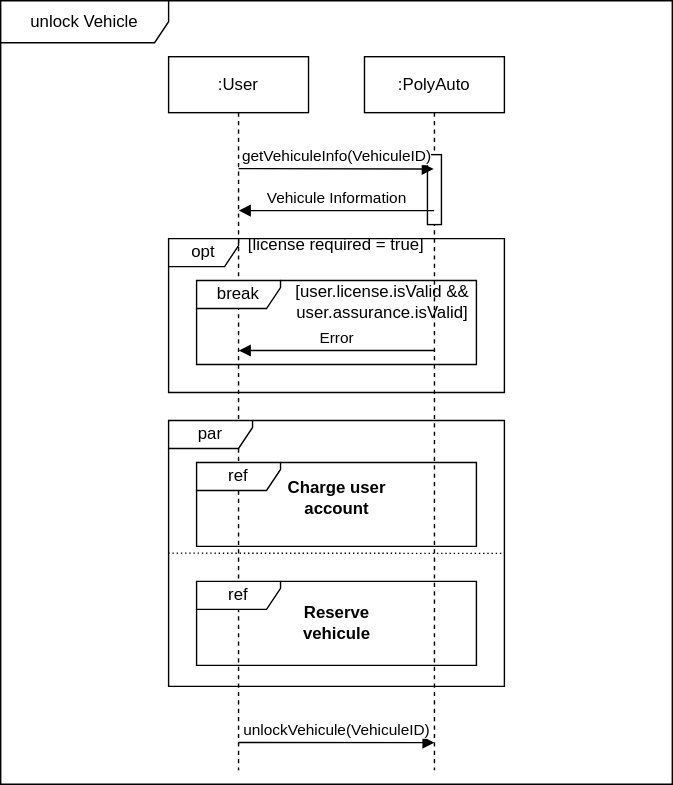
Above: out/plant_uml/custom/interactionGlobalExample.svg in gigl-uml/Guide_uml_polymtl (draw.io), before the change. Source tidied: cells renumbered, new cells last; positions are measured from the earlier drawing's top-left corner, leaving out a move shared by most shapes. The source it was exported from:
```xml
<mxGraphModel>
  <root>
    <mxCell id="0" />
    <mxCell id="1" parent="0" />
    <mxCell id="2" value="unlock Vehicle" style="shape=umlFrame;whiteSpace=wrap;html=1;width=120;height=30;" parent="1" vertex="1">
      <mxGeometry width="480" height="560" as="geometry" />
    </mxCell>
    <mxCell id="3" value=":User" style="shape=umlLifeline;perimeter=lifelinePerimeter;whiteSpace=wrap;html=1;newEdgeStyle={&quot;edgeStyle&quot;:&quot;elbowEdgeStyle&quot;,&quot;elbow&quot;:&quot;vertical&quot;,&quot;curved&quot;:0,&quot;rounded&quot;:0};" parent="1" vertex="1">
      <mxGeometry x="120" y="40" width="100" height="510" as="geometry" />
    </mxCell>
    <mxCell id="4" value=":PolyAuto" style="shape=umlLifeline;perimeter=lifelinePerimeter;whiteSpace=wrap;html=1;outlineConnect=0;portConstraint=eastwest;newEdgeStyle={&quot;edgeStyle&quot;:&quot;elbowEdgeStyle&quot;,&quot;elbow&quot;:&quot;vertical&quot;,&quot;curved&quot;:0,&quot;rounded&quot;:0};" parent="1" vertex="1">
      <mxGeometry x="260" y="40" width="100" height="510" as="geometry" />
    </mxCell>
    <mxCell id="5" style="html=1;perimeter=orthogonalPerimeter;targetShapes=umlLifeline;newEdgeStyle={&quot;edgeStyle&quot;:&quot;elbowEdgeStyle&quot;,&quot;elbow&quot;:&quot;vertical&quot;,&quot;curved&quot;:0,&quot;rounded&quot;:0};" parent="4" vertex="1">
      <mxGeometry x="45" y="70" width="10" height="50" as="geometry" />
    </mxCell>
    <mxCell id="6" value="getVehiculeInfo(VehiculeID)" style="html=1;verticalAlign=bottom;endArrow=block;edgeStyle=elbowEdgeStyle;elbow=vertical;curved=0;rounded=0;" parent="1" edge="1" target="4">
      <mxGeometry x="0.01" relative="1" as="geometry">
        <mxPoint x="170" y="120" as="sourcePoint" />
      </mxGeometry>
    </mxCell>
    <mxCell id="7" value="Vehicule Information" style="html=1;verticalAlign=bottom;endArrow=none;edgeStyle=elbowEdgeStyle;elbow=vertical;curved=0;rounded=0;startArrow=block;startFill=1;endFill=0;" parent="1" edge="1">
      <mxGeometry relative="1" as="geometry">
        <mxPoint x="170.2" y="150" as="sourcePoint" />
        <mxPoint x="309.8" y="150" as="targetPoint" />
        <Array as="points">
          <mxPoint x="240.3" y="150" />
          <mxPoint x="260.3" y="120" />
          <mxPoint x="260.3" y="170" />
          <mxPoint x="260.3" y="180" />
          <mxPoint x="250.3" y="160" />
        </Array>
      </mxGeometry>
    </mxCell>
    <mxCell id="8" value="opt" style="shape=umlFrame;whiteSpace=wrap;html=1;width=50;height=20;" parent="1" vertex="1">
      <mxGeometry x="120" y="170" width="240" height="110" as="geometry" />
    </mxCell>
    <mxCell id="9" value="[license required = true]" style="text;html=1;strokeColor=none;fillColor=none;align=center;verticalAlign=middle;whiteSpace=wrap;rounded=0;" parent="1" vertex="1">
      <mxGeometry x="175" y="170" width="130" height="10" as="geometry" />
    </mxCell>
    <mxCell id="10" value="break" style="shape=umlFrame;whiteSpace=wrap;html=1;width=60;height=20;" parent="1" vertex="1">
      <mxGeometry x="140" y="200" width="200" height="60" as="geometry" />
    </mxCell>
    <mxCell id="11" value="[user.license.isValid &amp;amp;&amp;amp; user.assurance.isValid]" style="text;html=1;strokeColor=none;fillColor=none;align=center;verticalAlign=middle;whiteSpace=wrap;rounded=0;" parent="1" vertex="1">
      <mxGeometry x="186" y="210" width="174" height="10" as="geometry" />
    </mxCell>
    <mxCell id="12" value="Error" style="html=1;verticalAlign=bottom;endArrow=none;edgeStyle=elbowEdgeStyle;elbow=vertical;curved=0;rounded=0;startArrow=block;startFill=1;endFill=0;" parent="1" edge="1">
      <mxGeometry relative="1" as="geometry">
        <mxPoint x="170.2" y="250" as="sourcePoint" />
        <mxPoint x="309.8" y="250" as="targetPoint" />
        <Array as="points">
          <mxPoint x="240.3" y="250" />
          <mxPoint x="260.3" y="220" />
          <mxPoint x="260.3" y="270" />
          <mxPoint x="260.3" y="280" />
          <mxPoint x="250.3" y="260" />
        </Array>
      </mxGeometry>
    </mxCell>
    <mxCell id="13" value="par" style="shape=umlFrame;whiteSpace=wrap;html=1;width=60;height=20;" parent="1" vertex="1">
      <mxGeometry x="120" y="300" width="240" height="190" as="geometry" />
    </mxCell>
    <mxCell id="14" style="endArrow=none;html=1;rounded=0;exitX=-0.001;exitY=0.499;exitDx=0;exitDy=0;exitPerimeter=0;entryX=0.998;entryY=0.5;entryDx=0;entryDy=0;entryPerimeter=0;dashed=1;dashPattern=1 2;" parent="1" edge="1" source="13" target="13">
      <mxGeometry relative="1" as="geometry" />
    </mxCell>
    <mxCell id="15" value="&lt;b&gt;Charge user account&lt;/b&gt;" style="text;html=1;strokeColor=none;fillColor=none;align=center;verticalAlign=middle;whiteSpace=wrap;rounded=0;" parent="1" vertex="1">
      <mxGeometry x="197.5" y="340" width="85" height="30" as="geometry" />
    </mxCell>
    <mxCell id="16" value="&lt;b&gt;Reserve vehicule&lt;/b&gt;" style="text;html=1;strokeColor=none;fillColor=none;align=center;verticalAlign=middle;whiteSpace=wrap;rounded=0;" parent="1" vertex="1">
      <mxGeometry x="197.5" y="430" width="85" height="30" as="geometry" />
    </mxCell>
    <mxCell id="17" value="ref" style="shape=umlFrame;whiteSpace=wrap;html=1;width=60;height=20;" parent="1" vertex="1">
      <mxGeometry x="140" y="330" width="200" height="60" as="geometry" />
    </mxCell>
    <mxCell id="18" value="ref" style="shape=umlFrame;whiteSpace=wrap;html=1;width=60;height=20;" parent="1" vertex="1">
      <mxGeometry x="140" y="415" width="200" height="60" as="geometry" />
    </mxCell>
    <mxCell id="19" value="unlockVehicule(VehiculeID)" style="html=1;verticalAlign=bottom;endArrow=block;edgeStyle=elbowEdgeStyle;elbow=vertical;curved=0;rounded=0;" parent="1" edge="1">
      <mxGeometry x="0.01" relative="1" as="geometry">
        <mxPoint x="170" y="530.1" as="sourcePoint" />
        <mxPoint x="310" y="530.1" as="targetPoint" />
      </mxGeometry>
    </mxCell>
  </root>
</mxGraphModel>
```
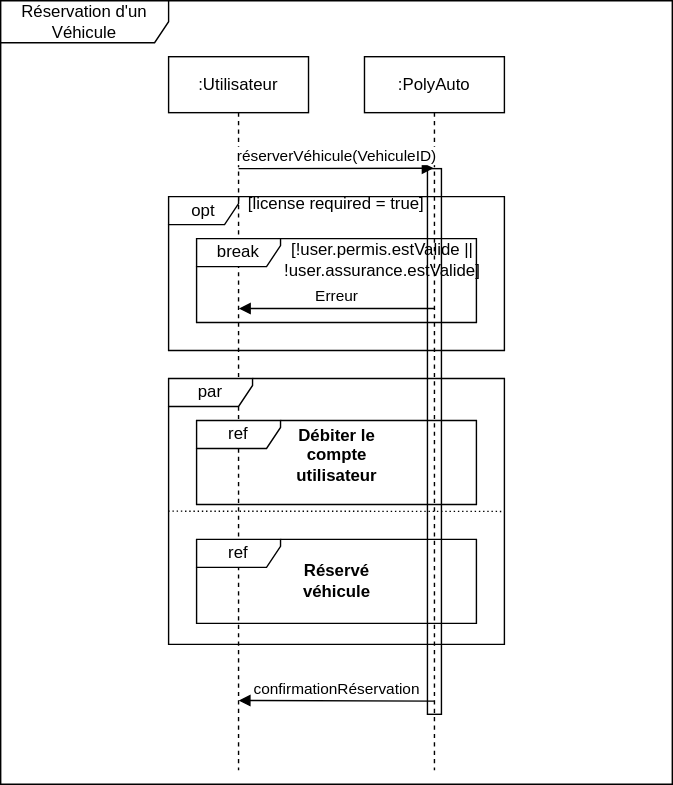
Later version of the same file.

Commit message:
updated interaction PolyAuto example

What changed in the source:
```diff
@@ -2,36 +2,23 @@
   <root>
     <mxCell id="0" />
     <mxCell id="1" parent="0" />
+    <mxCell id="20" style="html=1;perimeter=orthogonalPerimeter;targetShapes=umlLifeline;newEdgeStyle={&quot;edgeStyle&quot;:&quot;elbowEdgeStyle&quot;,&quot;elbow&quot;:&quot;vertical&quot;,&quot;curved&quot;:0,&quot;rounded&quot;:0};" parent="1" vertex="1">
+      <mxGeometry x="305" y="150" width="10" height="390" as="geometry" />
+    </mxCell>
-    <mxCell id="2" value="unlock Vehicle" style="shape=umlFrame;whiteSpace=wrap;html=1;width=120;height=30;" parent="1" vertex="1">
-      <mxGeometry width="480" height="560" as="geometry" />
+    <mxCell id="2" value="Réservation d'un Véhicule" style="shape=umlFrame;whiteSpace=wrap;html=1;width=120;height=30;" parent="1" vertex="1">
+      <mxGeometry y="30" width="480" height="560" as="geometry" />
     </mxCell>
-    <mxCell id="3" value=":User" style="shape=umlLifeline;perimeter=lifelinePerimeter;whiteSpace=wrap;html=1;newEdgeStyle={&quot;edgeStyle&quot;:&quot;elbowEdgeStyle&quot;,&quot;elbow&quot;:&quot;vertical&quot;,&quot;curved&quot;:0,&quot;rounded&quot;:0};" parent="1" vertex="1">
-      <mxGeometry x="120" y="40" width="100" height="510" as="geometry" />
+    <mxCell id="3" value=":Utilisateur" style="shape=umlLifeline;perimeter=lifelinePerimeter;whiteSpace=wrap;html=1;newEdgeStyle={&quot;edgeStyle&quot;:&quot;elbowEdgeStyle&quot;,&quot;elbow&quot;:&quot;vertical&quot;,&quot;curved&quot;:0,&quot;rounded&quot;:0};" parent="1" vertex="1">
+      <mxGeometry x="120" y="70" width="100" height="510" as="geometry" />
     </mxCell>
     <mxCell id="4" value=":PolyAuto" style="shape=umlLifeline;perimeter=lifelinePerimeter;whiteSpace=wrap;html=1;outlineConnect=0;portConstraint=eastwest;newEdgeStyle={&quot;edgeStyle&quot;:&quot;elbowEdgeStyle&quot;,&quot;elbow&quot;:&quot;vertical&quot;,&quot;curved&quot;:0,&quot;rounded&quot;:0};" parent="1" vertex="1">
-      <mxGeometry x="260" y="40" width="100" height="510" as="geometry" />
+      <mxGeometry x="260" y="70" width="100" height="510" as="geometry" />
     </mxCell>
-    <mxCell id="5" style="html=1;perimeter=orthogonalPerimeter;targetShapes=umlLifeline;newEdgeStyle={&quot;edgeStyle&quot;:&quot;elbowEdgeStyle&quot;,&quot;elbow&quot;:&quot;vertical&quot;,&quot;curved&quot;:0,&quot;rounded&quot;:0};" parent="4" vertex="1">
-      <mxGeometry x="45" y="70" width="10" height="50" as="geometry" />
-    </mxCell>
-    <mxCell id="6" value="getVehiculeInfo(VehiculeID)" style="html=1;verticalAlign=bottom;endArrow=block;edgeStyle=elbowEdgeStyle;elbow=vertical;curved=0;rounded=0;" parent="1" edge="1" target="4">
+    <mxCell id="6" value="réserverVéhicule(VehiculeID)" style="html=1;verticalAlign=bottom;endArrow=block;edgeStyle=elbowEdgeStyle;elbow=vertical;curved=0;rounded=0;" parent="1" edge="1" target="4">
       <mxGeometry x="0.01" relative="1" as="geometry">
-        <mxPoint x="170" y="120" as="sourcePoint" />
+        <mxPoint x="170" y="150" as="sourcePoint" />
       </mxGeometry>
     </mxCell>
-    <mxCell id="7" value="Vehicule Information" style="html=1;verticalAlign=bottom;endArrow=none;edgeStyle=elbowEdgeStyle;elbow=vertical;curved=0;rounded=0;startArrow=block;startFill=1;endFill=0;" parent="1" edge="1">
-      <mxGeometry relative="1" as="geometry">
-        <mxPoint x="170.2" y="150" as="sourcePoint" />
-        <mxPoint x="309.8" y="150" as="targetPoint" />
-        <Array as="points">
-          <mxPoint x="240.3" y="150" />
-          <mxPoint x="260.3" y="120" />
-          <mxPoint x="260.3" y="170" />
-          <mxPoint x="260.3" y="180" />
-          <mxPoint x="250.3" y="160" />
-        </Array>
-      </mxGeometry>
-    </mxCell>
     <mxCell id="8" value="opt" style="shape=umlFrame;whiteSpace=wrap;html=1;width=50;height=20;" parent="1" vertex="1">
       <mxGeometry x="120" y="170" width="240" height="110" as="geometry" />
     </mxCell>
@@ -41,10 +28,10 @@
     <mxCell id="10" value="break" style="shape=umlFrame;whiteSpace=wrap;html=1;width=60;height=20;" parent="1" vertex="1">
       <mxGeometry x="140" y="200" width="200" height="60" as="geometry" />
     </mxCell>
-    <mxCell id="11" value="[user.license.isValid &amp;amp;&amp;amp; user.assurance.isValid]" style="text;html=1;strokeColor=none;fillColor=none;align=center;verticalAlign=middle;whiteSpace=wrap;rounded=0;" parent="1" vertex="1">
+    <mxCell id="11" value="[!user.permis.estValide || !user.assurance.estValide]" style="text;html=1;strokeColor=none;fillColor=none;align=center;verticalAlign=middle;whiteSpace=wrap;rounded=0;" parent="1" vertex="1">
       <mxGeometry x="186" y="210" width="174" height="10" as="geometry" />
     </mxCell>
-    <mxCell id="12" value="Error" style="html=1;verticalAlign=bottom;endArrow=none;edgeStyle=elbowEdgeStyle;elbow=vertical;curved=0;rounded=0;startArrow=block;startFill=1;endFill=0;" parent="1" edge="1">
+    <mxCell id="12" value="Erreur" style="html=1;verticalAlign=bottom;endArrow=none;edgeStyle=elbowEdgeStyle;elbow=vertical;curved=0;rounded=0;startArrow=block;startFill=1;endFill=0;" parent="1" edge="1">
       <mxGeometry relative="1" as="geometry">
         <mxPoint x="170.2" y="250" as="sourcePoint" />
         <mxPoint x="309.8" y="250" as="targetPoint" />
@@ -63,10 +50,10 @@
     <mxCell id="14" style="endArrow=none;html=1;rounded=0;exitX=-0.001;exitY=0.499;exitDx=0;exitDy=0;exitPerimeter=0;entryX=0.998;entryY=0.5;entryDx=0;entryDy=0;entryPerimeter=0;dashed=1;dashPattern=1 2;" parent="1" edge="1" source="13" target="13">
       <mxGeometry relative="1" as="geometry" />
     </mxCell>
-    <mxCell id="15" value="&lt;b&gt;Charge user account&lt;/b&gt;" style="text;html=1;strokeColor=none;fillColor=none;align=center;verticalAlign=middle;whiteSpace=wrap;rounded=0;" parent="1" vertex="1">
+    <mxCell id="15" value="&lt;b&gt;Débiter le compte utilisateur&lt;/b&gt;" style="text;html=1;strokeColor=none;fillColor=none;align=center;verticalAlign=middle;whiteSpace=wrap;rounded=0;" parent="1" vertex="1">
       <mxGeometry x="197.5" y="340" width="85" height="30" as="geometry" />
     </mxCell>
-    <mxCell id="16" value="&lt;b&gt;Reserve vehicule&lt;/b&gt;" style="text;html=1;strokeColor=none;fillColor=none;align=center;verticalAlign=middle;whiteSpace=wrap;rounded=0;" parent="1" vertex="1">
+    <mxCell id="16" value="&lt;b&gt;Réservé véhicule&lt;/b&gt;" style="text;html=1;strokeColor=none;fillColor=none;align=center;verticalAlign=middle;whiteSpace=wrap;rounded=0;" parent="1" vertex="1">
       <mxGeometry x="197.5" y="430" width="85" height="30" as="geometry" />
     </mxCell>
     <mxCell id="17" value="ref" style="shape=umlFrame;whiteSpace=wrap;html=1;width=60;height=20;" parent="1" vertex="1">
@@ -75,8 +62,8 @@
     <mxCell id="18" value="ref" style="shape=umlFrame;whiteSpace=wrap;html=1;width=60;height=20;" parent="1" vertex="1">
       <mxGeometry x="140" y="415" width="200" height="60" as="geometry" />
     </mxCell>
-    <mxCell id="19" value="unlockVehicule(VehiculeID)" style="html=1;verticalAlign=bottom;endArrow=block;edgeStyle=elbowEdgeStyle;elbow=vertical;curved=0;rounded=0;" parent="1" edge="1">
-      <mxGeometry x="0.01" relative="1" as="geometry">
+    <mxCell id="19" value="confirmationRéservation" style="html=1;verticalAlign=bottom;endArrow=none;edgeStyle=elbowEdgeStyle;elbow=vertical;curved=0;rounded=0;startArrow=block;startFill=1;endFill=0;" parent="1" edge="1">
+      <mxGeometry relative="1" as="geometry">
         <mxPoint x="170" y="530.1" as="sourcePoint" />
         <mxPoint x="310" y="530.1" as="targetPoint" />
       </mxGeometry>
```
